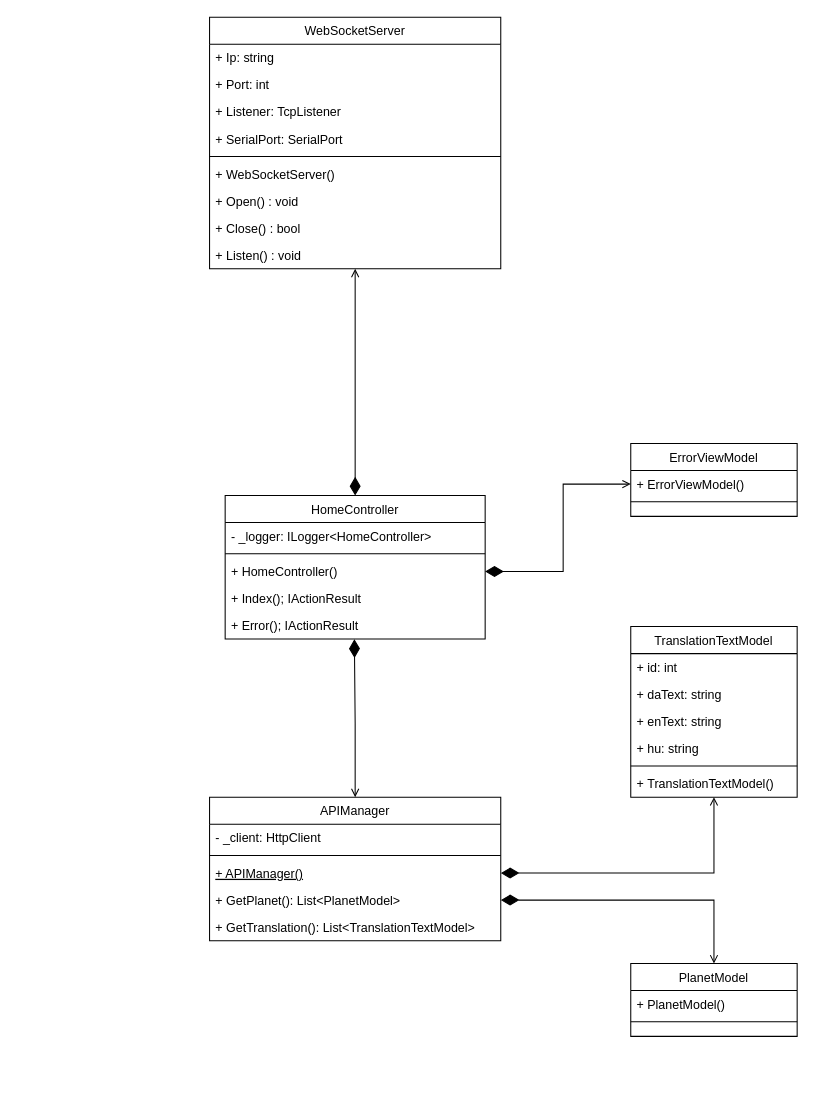
The draw.io diagram WWW/WWW Class Diagram.drawio in tsgsOFFICIAL/Kilgharrah, before the edit. Source tidied: cells renumbered, new cells numbered last; positions are measured from the earlier drawing's top-left corner, leaving out a move shared by most shapes. Both pictures are drawn from the tidied source at 104%, with x=0, y=0 at pixel (209, 17).
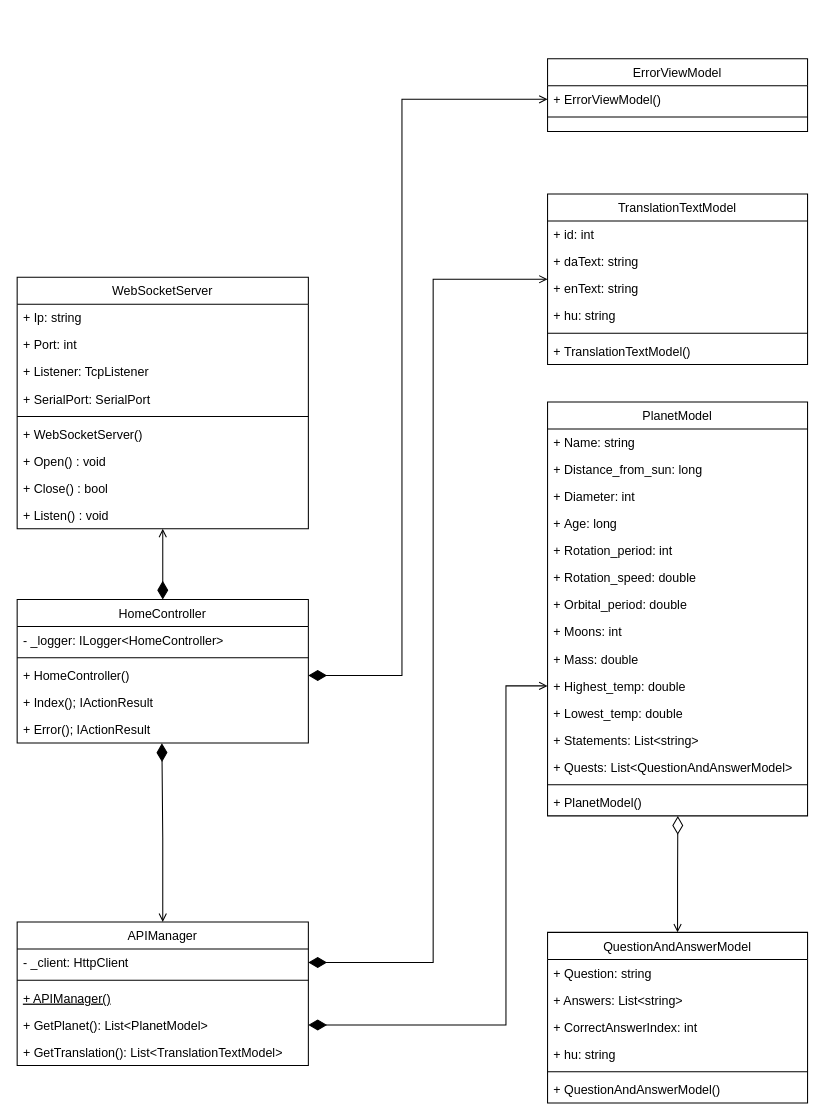
Above is the later version.

Commit message (it also covers changes not shown here):
Created API class diagram, addjusted MOdel classes to fit each others removed Is life from Create tables in DB

The change refers to these unchanged cells:
```xml
<mxCell id="10" value="- _client: HttpClient" style="text;align=left;verticalAlign=top;spacingLeft=4;spacingRight=4;overflow=hidden;points=[[0,0.5],[1,0.5]];portConstraint=eastwest;" parent="9" vertex="1">
  <mxGeometry y="26" width="280" height="26" as="geometry" />
</mxCell>
<mxCell id="12" value="+ APIManager()" style="text;align=left;verticalAlign=top;spacingLeft=4;spacingRight=4;overflow=hidden;points=[[0,0.5],[1,0.5]];portConstraint=eastwest;fontStyle=4;" parent="9" vertex="1">
  <mxGeometry y="60" width="280" height="26" as="geometry" />
</mxCell>
<mxCell id="13" value="+ GetPlanet(): List&lt;PlanetModel&gt;" style="text;align=left;verticalAlign=top;spacingLeft=4;spacingRight=4;overflow=hidden;points=[[0,0.5],[1,0.5]];portConstraint=eastwest;" parent="9" vertex="1">
  <mxGeometry y="86" width="280" height="26" as="geometry" />
</mxCell>
```

What changed in the source:
```diff
@@
     <mxCell id="2" value="HomeController" style="swimlane;fontStyle=0;align=center;verticalAlign=top;horizontal=1;startSize=26;rounded=0;shadow=0;strokeWidth=1;" parent="1" vertex="1">
-      <mxGeometry x="15" y="460" width="250" height="138" as="geometry" />
+      <mxGeometry x="-185" y="560" width="280" height="138" as="geometry" />
     </mxCell>
     <mxCell id="3" value="- _logger: ILogger&lt;HomeController&gt;" style="text;align=left;verticalAlign=top;spacingLeft=4;spacingRight=4;overflow=hidden;" parent="2" vertex="1">
-      <mxGeometry y="26" width="250" height="26" as="geometry" />
+      <mxGeometry y="26" width="280" height="26" as="geometry" />
     </mxCell>
     <mxCell id="4" style="line;html=1;strokeWidth=1;align=left;verticalAlign=middle;spacingTop=-1;spacingLeft=3;spacingRight=3;labelPosition=right;" parent="2" vertex="1">
-      <mxGeometry y="52" width="250" height="8" as="geometry" />
+      <mxGeometry y="52" width="280" height="8" as="geometry" />
     </mxCell>
     <mxCell id="5" value="+ HomeController()" style="text;align=left;verticalAlign=top;spacingLeft=4;spacingRight=4;overflow=hidden;points=[[0,0.5],[1,0.5]];portConstraint=eastwest;" parent="2" vertex="1">
-      <mxGeometry y="60" width="250" height="26" as="geometry" />
+      <mxGeometry y="60" width="280" height="26" as="geometry" />
     </mxCell>
     <mxCell id="6" value="+ Index(); IActionResult" style="text;align=left;verticalAlign=top;spacingLeft=4;spacingRight=4;overflow=hidden;" parent="2" vertex="1">
-      <mxGeometry y="86" width="250" height="26" as="geometry" />
+      <mxGeometry y="86" width="280" height="26" as="geometry" />
     </mxCell>
     <mxCell id="7" value="+ Error(); IActionResult" style="text;align=left;verticalAlign=top;spacingLeft=4;spacingRight=4;overflow=hidden;points=[[0,0.5],[1,0.5]];portConstraint=eastwest;" parent="2" vertex="1">
-      <mxGeometry y="112" width="250" height="26" as="geometry" />
+      <mxGeometry y="112" width="280" height="26" as="geometry" />
     </mxCell>
@@
     <mxCell id="9" value="APIManager" style="swimlane;fontStyle=0;align=center;verticalAlign=top;horizontal=1;startSize=26;rounded=0;shadow=0;strokeWidth=1;" parent="1" vertex="1">
-      <mxGeometry y="750" width="280" height="138" as="geometry" />
+      <mxGeometry x="-185" y="870" width="280" height="138" as="geometry" />
     </mxCell>
@@
-    <mxCell id="15" style="edgeStyle=orthogonalEdgeStyle;rounded=0;jettySize=auto;html=1;entryX=1;entryY=0.5;entryDx=0;entryDy=0;startArrow=open;startFill=0;endArrow=diamondThin;endFill=1;endSize=15;targetPerimeterSpacing=15;" parent="1" edge="1" source="16" target="12">
-      <mxGeometry relative="1" as="geometry" />
+    <mxCell id="15" style="edgeStyle=orthogonalEdgeStyle;rounded=0;jettySize=auto;html=1;entryX=1;entryY=0.5;entryDx=0;entryDy=0;startArrow=open;startFill=0;endArrow=diamondThin;endFill=1;endSize=15;targetPerimeterSpacing=15;" parent="1" edge="1" source="16" target="10">
+      <mxGeometry relative="1" as="geometry">
+        <Array as="points">
+          <mxPoint x="215" y="252" />
+          <mxPoint x="215" y="909" />
+        </Array>
+      </mxGeometry>
     </mxCell>
     <mxCell id="16" value="TranslationTextModel" style="swimlane;fontStyle=0;align=center;verticalAlign=top;horizontal=1;startSize=26;rounded=0;shadow=0;strokeWidth=1;" parent="1" vertex="1">
-      <mxGeometry x="405" y="586" width="160" height="164" as="geometry" />
+      <mxGeometry x="325" y="170" width="250" height="164" as="geometry" />
     </mxCell>
     <mxCell id="17" value="+ id: int" style="text;align=left;verticalAlign=top;spacingLeft=4;spacingRight=4;overflow=hidden;" parent="16" vertex="1">
-      <mxGeometry y="26" width="160" height="26" as="geometry" />
+      <mxGeometry y="26" width="250" height="26" as="geometry" />
     </mxCell>
     <mxCell id="18" value="+ daText: string" style="text;align=left;verticalAlign=top;spacingLeft=4;spacingRight=4;overflow=hidden;rounded=0;shadow=0;html=0;" parent="16" vertex="1">
-      <mxGeometry y="52" width="160" height="26" as="geometry" />
+      <mxGeometry y="52" width="250" height="26" as="geometry" />
     </mxCell>
     <mxCell id="19" value="+ enText: string" style="text;align=left;verticalAlign=top;spacingLeft=4;spacingRight=4;overflow=hidden;rounded=0;shadow=0;html=0;" parent="16" vertex="1">
-      <mxGeometry y="78" width="160" height="26" as="geometry" />
+      <mxGeometry y="78" width="250" height="26" as="geometry" />
     </mxCell>
     <mxCell id="20" value="+ hu: string" style="text;align=left;verticalAlign=top;spacingLeft=4;spacingRight=4;overflow=hidden;rounded=0;shadow=0;html=0;" parent="16" vertex="1">
-      <mxGeometry y="104" width="160" height="26" as="geometry" />
+      <mxGeometry y="104" width="250" height="26" as="geometry" />
     </mxCell>
     <mxCell id="21" style="line;html=1;strokeWidth=1;align=left;verticalAlign=middle;spacingTop=-1;spacingLeft=3;spacingRight=3;labelPosition=right;" parent="16" vertex="1">
-      <mxGeometry y="130" width="160" height="8" as="geometry" />
+      <mxGeometry y="130" width="250" height="8" as="geometry" />
     </mxCell>
     <mxCell id="22" value="+ TranslationTextModel()" style="text;align=left;verticalAlign=top;spacingLeft=4;spacingRight=4;overflow=hidden;rounded=0;shadow=0;html=0;" parent="16" vertex="1">
-      <mxGeometry y="138" width="160" height="26" as="geometry" />
+      <mxGeometry y="138" width="250" height="26" as="geometry" />
     </mxCell>
     <mxCell id="23" value="ErrorViewModel" style="swimlane;fontStyle=0;align=center;verticalAlign=top;horizontal=1;startSize=26;rounded=0;shadow=0;strokeWidth=1;" parent="1" vertex="1">
-      <mxGeometry x="405" y="410" width="160" height="70" as="geometry" />
+      <mxGeometry x="325" y="40" width="250" height="70" as="geometry" />
     </mxCell>
     <mxCell id="24" value="+ ErrorViewModel()" style="text;align=left;verticalAlign=top;spacingLeft=4;spacingRight=4;overflow=hidden;points=[[0,0.5],[1,0.5]];portConstraint=eastwest;" parent="23" vertex="1">
-      <mxGeometry y="26" width="160" height="26" as="geometry" />
+      <mxGeometry y="26" width="250" height="26" as="geometry" />
     </mxCell>
     <mxCell id="25" style="line;html=1;strokeWidth=1;align=left;verticalAlign=middle;spacingTop=-1;spacingLeft=3;spacingRight=3;labelPosition=right;" parent="23" vertex="1">
-      <mxGeometry y="52" width="160" height="8" as="geometry" />
+      <mxGeometry y="52" width="250" height="8" as="geometry" />
     </mxCell>
-    <mxCell id="26" style="edgeStyle=orthogonalEdgeStyle;rounded=0;jettySize=auto;html=1;entryX=1;entryY=0.5;entryDx=0;entryDy=0;startArrow=open;startFill=0;endArrow=diamondThin;endFill=1;endSize=15;targetPerimeterSpacing=15;" parent="1" edge="1" source="27" target="13">
-      <mxGeometry relative="1" as="geometry" />
+    <mxCell id="26" style="edgeStyle=orthogonalEdgeStyle;rounded=0;jettySize=auto;html=1;entryX=1;entryY=0.5;entryDx=0;entryDy=0;startArrow=open;startFill=0;endArrow=diamondThin;endFill=1;endSize=15;targetPerimeterSpacing=15;exitX=0;exitY=0.5;exitDx=0;exitDy=0;" parent="1" edge="1" source="50" target="13">
+      <mxGeometry relative="1" as="geometry">
+        <Array as="points">
+          <mxPoint x="285" y="643" />
+          <mxPoint x="285" y="969" />
+        </Array>
+      </mxGeometry>
     </mxCell>
     <mxCell id="27" value="PlanetModel&#10;" style="swimlane;fontStyle=0;align=center;verticalAlign=top;horizontal=1;startSize=26;rounded=0;shadow=0;strokeWidth=1;" parent="1" vertex="1">
-      <mxGeometry x="405" y="910" width="160" height="70" as="geometry" />
+      <mxGeometry x="325" y="370" width="250" height="398" as="geometry" />
     </mxCell>
-    <mxCell id="28" value="+ PlanetModel()" style="text;align=left;verticalAlign=top;spacingLeft=4;spacingRight=4;overflow=hidden;" parent="27" vertex="1">
-      <mxGeometry y="26" width="160" height="26" as="geometry" />
+    <mxCell id="28" value="+ Name: string" style="text;align=left;verticalAlign=top;spacingLeft=4;spacingRight=4;overflow=hidden;" parent="27" vertex="1">
+      <mxGeometry y="26" width="250" height="26" as="geometry" />
     </mxCell>
+    <mxCell id="42" value="+ Distance_from_sun: long" style="text;align=left;verticalAlign=top;spacingLeft=4;spacingRight=4;overflow=hidden;" parent="27" vertex="1">
+      <mxGeometry y="52" width="250" height="26" as="geometry" />
+    </mxCell>
+    <mxCell id="43" value="+ Diameter: int" style="text;align=left;verticalAlign=top;spacingLeft=4;spacingRight=4;overflow=hidden;" parent="27" vertex="1">
+      <mxGeometry y="78" width="250" height="26" as="geometry" />
+    </mxCell>
+    <mxCell id="44" value="+ Age: long" style="text;align=left;verticalAlign=top;spacingLeft=4;spacingRight=4;overflow=hidden;" parent="27" vertex="1">
+      <mxGeometry y="104" width="250" height="26" as="geometry" />
+    </mxCell>
+    <mxCell id="45" value="+ Rotation_period: int" style="text;align=left;verticalAlign=top;spacingLeft=4;spacingRight=4;overflow=hidden;" parent="27" vertex="1">
+      <mxGeometry y="130" width="250" height="26" as="geometry" />
+    </mxCell>
+    <mxCell id="46" value="+ Rotation_speed: double" style="text;align=left;verticalAlign=top;spacingLeft=4;spacingRight=4;overflow=hidden;" parent="27" vertex="1">
+      <mxGeometry y="156" width="250" height="26" as="geometry" />
+    </mxCell>
+    <mxCell id="47" value="+ Orbital_period: double" style="text;align=left;verticalAlign=top;spacingLeft=4;spacingRight=4;overflow=hidden;" parent="27" vertex="1">
+      <mxGeometry y="182" width="250" height="26" as="geometry" />
+    </mxCell>
+    <mxCell id="48" value="+ Moons: int" style="text;align=left;verticalAlign=top;spacingLeft=4;spacingRight=4;overflow=hidden;" parent="27" vertex="1">
+      <mxGeometry y="208" width="250" height="26" as="geometry" />
+    </mxCell>
+    <mxCell id="49" value="+ Mass: double" style="text;align=left;verticalAlign=top;spacingLeft=4;spacingRight=4;overflow=hidden;" parent="27" vertex="1">
+      <mxGeometry y="234" width="250" height="26" as="geometry" />
+    </mxCell>
+    <mxCell id="50" value="+ Highest_temp: double" style="text;align=left;verticalAlign=top;spacingLeft=4;spacingRight=4;overflow=hidden;points=[[0,0.5],[1,0.5]];portConstraint=eastwest;" parent="27" vertex="1">
+      <mxGeometry y="260" width="250" height="26" as="geometry" />
+    </mxCell>
+    <mxCell id="51" value="+ Lowest_temp: double" style="text;align=left;verticalAlign=top;spacingLeft=4;spacingRight=4;overflow=hidden;" parent="27" vertex="1">
+      <mxGeometry y="286" width="250" height="26" as="geometry" />
+    </mxCell>
+    <mxCell id="52" value="+ Statements: List&lt;string&gt;" style="text;align=left;verticalAlign=top;spacingLeft=4;spacingRight=4;overflow=hidden;" parent="27" vertex="1">
+      <mxGeometry y="312" width="250" height="26" as="geometry" />
+    </mxCell>
+    <mxCell id="53" value="+ Quests: List&lt;QuestionAndAnswerModel&gt;" style="text;align=left;verticalAlign=top;spacingLeft=4;spacingRight=4;overflow=hidden;" parent="27" vertex="1">
+      <mxGeometry y="338" width="250" height="26" as="geometry" />
+    </mxCell>
     <mxCell id="29" style="line;html=1;strokeWidth=1;align=left;verticalAlign=middle;spacingTop=-1;spacingLeft=3;spacingRight=3;labelPosition=right;" parent="27" vertex="1">
-      <mxGeometry y="52" width="160" height="8" as="geometry" />
+      <mxGeometry y="364" width="250" height="8" as="geometry" />
     </mxCell>
+    <mxCell id="54" value="+ PlanetModel()" style="text;align=left;verticalAlign=top;spacingLeft=4;spacingRight=4;overflow=hidden;points=[[0,0.5],[1,0.5]];portConstraint=eastwest;" parent="27" vertex="1">
+      <mxGeometry y="372" width="250" height="26" as="geometry" />
+    </mxCell>
     <mxCell id="30" style="edgeStyle=orthogonalEdgeStyle;rounded=0;jettySize=auto;html=1;entryX=1;entryY=0.5;entryDx=0;entryDy=0;startArrow=open;startFill=0;endArrow=diamondThin;endFill=1;endSize=15;targetPerimeterSpacing=15;" parent="1" edge="1" source="24" target="5">
-      <mxGeometry relative="1" as="geometry" />
+      <mxGeometry relative="1" as="geometry">
+        <Array as="points">
+          <mxPoint x="185" y="79" />
+          <mxPoint x="185" y="633" />
+        </Array>
+      </mxGeometry>
     </mxCell>
@@
     <mxCell id="32" value="WebSocketServer" style="swimlane;fontStyle=0;align=center;verticalAlign=top;horizontal=1;startSize=26;rounded=0;shadow=0;strokeWidth=1;" parent="1" vertex="1">
-      <mxGeometry width="280" height="242" as="geometry" />
+      <mxGeometry x="-185" y="250" width="280" height="242" as="geometry" />
     </mxCell>
@@
+    <mxCell id="55" style="edgeStyle=orthogonalEdgeStyle;rounded=0;jettySize=auto;html=1;entryX=0.501;entryY=1.007;entryDx=0;entryDy=0;entryPerimeter=0;startArrow=open;startFill=0;endArrow=diamondThin;endFill=0;endSize=15;targetPerimeterSpacing=15;" parent="1" edge="1" source="56" target="54">
+      <mxGeometry relative="1" as="geometry" />
+    </mxCell>
+    <mxCell id="56" value="QuestionAndAnswerModel" style="swimlane;fontStyle=0;align=center;verticalAlign=top;horizontal=1;startSize=26;rounded=0;shadow=0;strokeWidth=1;" parent="1" vertex="1">
+      <mxGeometry x="325" y="880" width="250" height="164" as="geometry" />
+    </mxCell>
+    <mxCell id="57" value="+ Question: string" style="text;align=left;verticalAlign=top;spacingLeft=4;spacingRight=4;overflow=hidden;" parent="56" vertex="1">
+      <mxGeometry y="26" width="250" height="26" as="geometry" />
+    </mxCell>
+    <mxCell id="58" value="+ Answers: List&lt;string&gt;" style="text;align=left;verticalAlign=top;spacingLeft=4;spacingRight=4;overflow=hidden;rounded=0;shadow=0;html=0;" parent="56" vertex="1">
+      <mxGeometry y="52" width="250" height="26" as="geometry" />
+    </mxCell>
+    <mxCell id="59" value="+ CorrectAnswerIndex: int" style="text;align=left;verticalAlign=top;spacingLeft=4;spacingRight=4;overflow=hidden;rounded=0;shadow=0;html=0;" parent="56" vertex="1">
+      <mxGeometry y="78" width="250" height="26" as="geometry" />
+    </mxCell>
+    <mxCell id="60" value="+ hu: string" style="text;align=left;verticalAlign=top;spacingLeft=4;spacingRight=4;overflow=hidden;rounded=0;shadow=0;html=0;" parent="56" vertex="1">
+      <mxGeometry y="104" width="250" height="26" as="geometry" />
+    </mxCell>
+    <mxCell id="61" style="line;html=1;strokeWidth=1;align=left;verticalAlign=middle;spacingTop=-1;spacingLeft=3;spacingRight=3;labelPosition=right;" parent="56" vertex="1">
+      <mxGeometry y="130" width="250" height="8" as="geometry" />
+    </mxCell>
+    <mxCell id="62" value="+ QuestionAndAnswerModel()" style="text;align=left;verticalAlign=top;spacingLeft=4;spacingRight=4;overflow=hidden;rounded=0;shadow=0;html=0;" parent="56" vertex="1">
+      <mxGeometry y="138" width="250" height="26" as="geometry" />
+    </mxCell>
```
